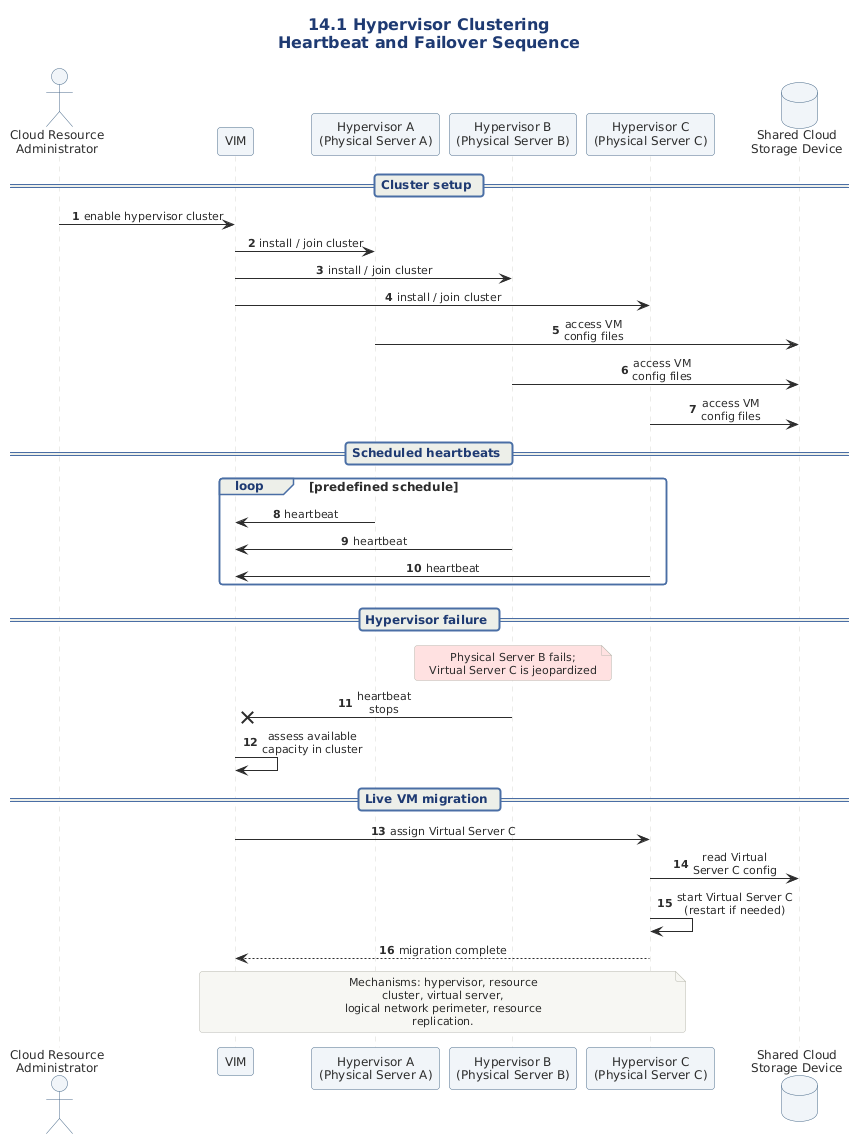
The PlantUML diagram src/architecture/cloud/architecture/cloud-architecture-diagram-library/advanced-cloud-architecture-plantuml/diagrams/png/14-01-hypervisor-clustering-heartbeat.png in Notoriousjayy/latex-docs, before a commit. The source it was exported from:
```plantuml
@startuml

!include ../../../../../../../tooling/styles/plantuml/interaction/sequence-diagram-style.iuml

title 14.1 Hypervisor Clustering\nHeartbeat and Failover Sequence

skinparam ParticipantBackgroundColor #F0F4F8
skinparam ParticipantBorderColor #4A6B8A
skinparam ActorBackgroundColor #F0F4F8
skinparam ActorBorderColor #4A6B8A
skinparam DatabaseBackgroundColor #F0F4F8
skinparam DatabaseBorderColor #4A6B8A

actor "Cloud Resource\nAdministrator" as Admin
participant "VIM" as VIM
participant "Hypervisor A\n(Physical Server A)" as HA
participant "Hypervisor B\n(Physical Server B)" as HB
participant "Hypervisor C\n(Physical Server C)" as HC
database "Shared Cloud\nStorage Device" as STG

== Cluster setup ==
Admin -> VIM : enable hypervisor cluster
VIM -> HA : install / join cluster
VIM -> HB : install / join cluster
VIM -> HC : install / join cluster
HA -> STG : access VM\nconfig files
HB -> STG : access VM\nconfig files
HC -> STG : access VM\nconfig files

== Scheduled heartbeats ==
loop predefined schedule
  HA -> VIM : heartbeat
  HB -> VIM : heartbeat
  HC -> VIM : heartbeat
end

== Hypervisor failure ==
note over HB #FFE0E0
  Physical Server B fails;
  Virtual Server C is jeopardized
end note
HB -x VIM : heartbeat\nstops
VIM -> VIM : assess available\ncapacity in cluster

== Live VM migration ==
VIM -> HC : assign Virtual Server C
HC -> STG : read Virtual\nServer C config
HC -> HC : start Virtual Server C\n(restart if needed)
HC --> VIM : migration complete

note over VIM, HC
  Mechanisms: hypervisor, resource cluster, virtual server,
  logical network perimeter, resource replication.
end note

@enduml
```
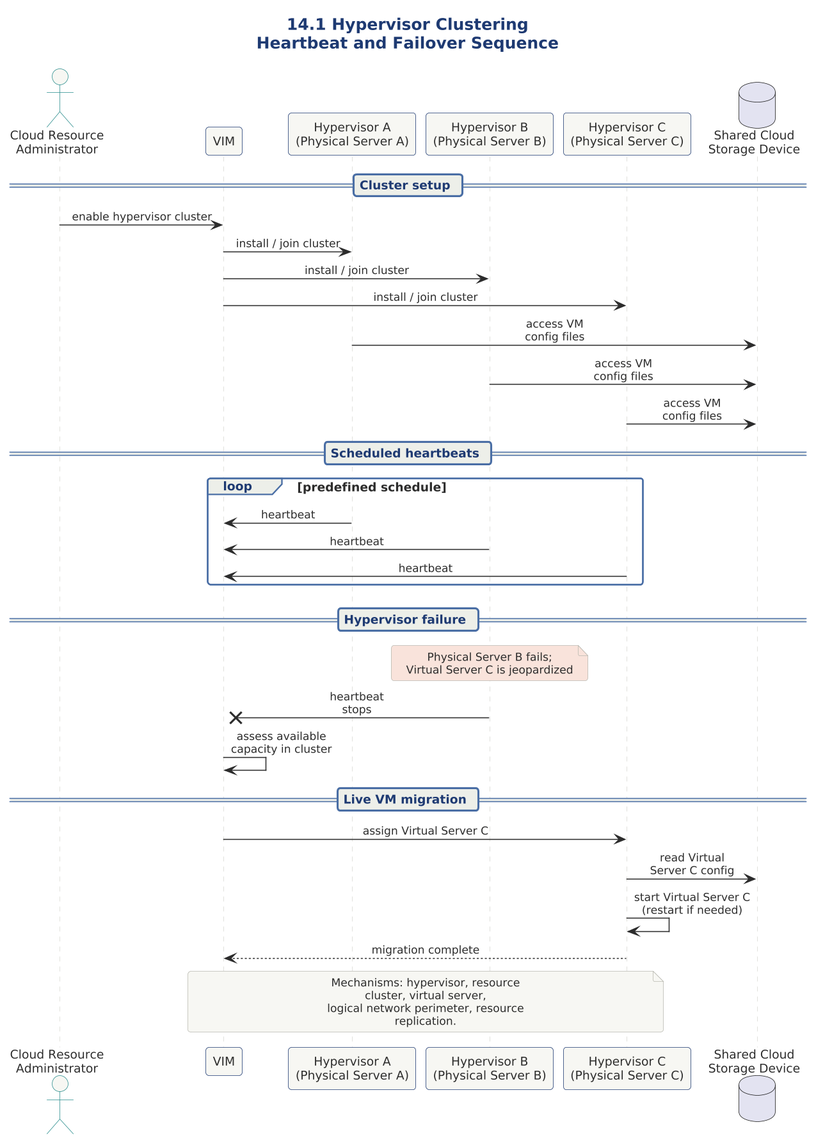
Later version of the same file.

The edit, as a diff of the source:
```diff
@@ -1,15 +1,13 @@
 @startuml
+
+skinparam dpi 150
+
+
+
 
 !include ../../../../../../../tooling/styles/plantuml/interaction/sequence-diagram-style.iuml
 
 title 14.1 Hypervisor Clustering\nHeartbeat and Failover Sequence
-
-skinparam ParticipantBackgroundColor #F0F4F8
-skinparam ParticipantBorderColor #4A6B8A
-skinparam ActorBackgroundColor #F0F4F8
-skinparam ActorBorderColor #4A6B8A
-skinparam DatabaseBackgroundColor #F0F4F8
-skinparam DatabaseBorderColor #4A6B8A
 
 actor "Cloud Resource\nAdministrator" as Admin
 participant "VIM" as VIM
@@ -35,7 +33,7 @@
 end
 
 == Hypervisor failure ==
-note over HB #FFE0E0
+note over HB $fill_invalid
   Physical Server B fails;
   Virtual Server C is jeopardized
 end note
```
